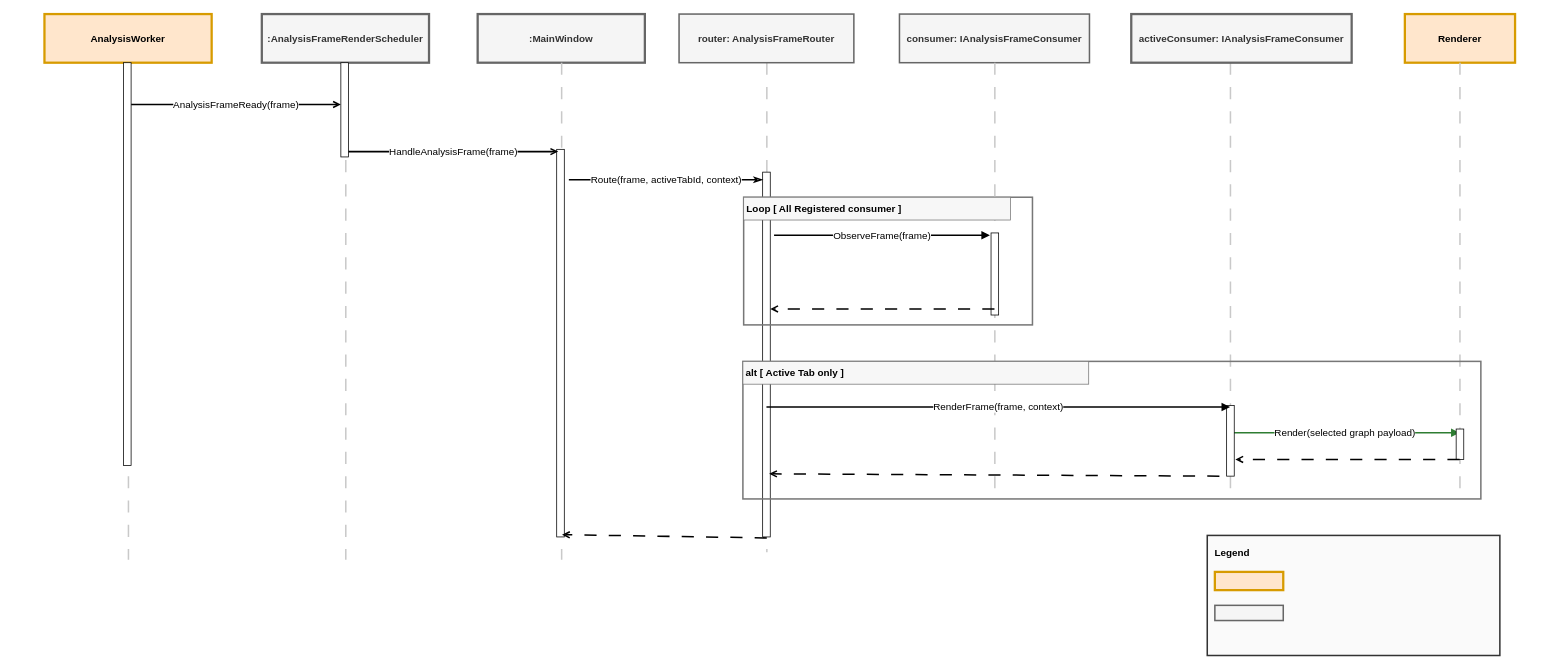
The draw.io diagram FinalDemo/assets/2. AnalysysFrame-SequenceDiagram/2. AnalysisFrame sequence diagram.drawio in lgcmu2026-team5/TimeGrapher-Docs, before the edit. Source tidied: cells renumbered, new cells numbered last; positions are measured from the earlier drawing's top-left corner, leaving out a move shared by most shapes. Both pictures are drawn from the tidied source at 76%, with x=0, y=0 at pixel (44, 14).
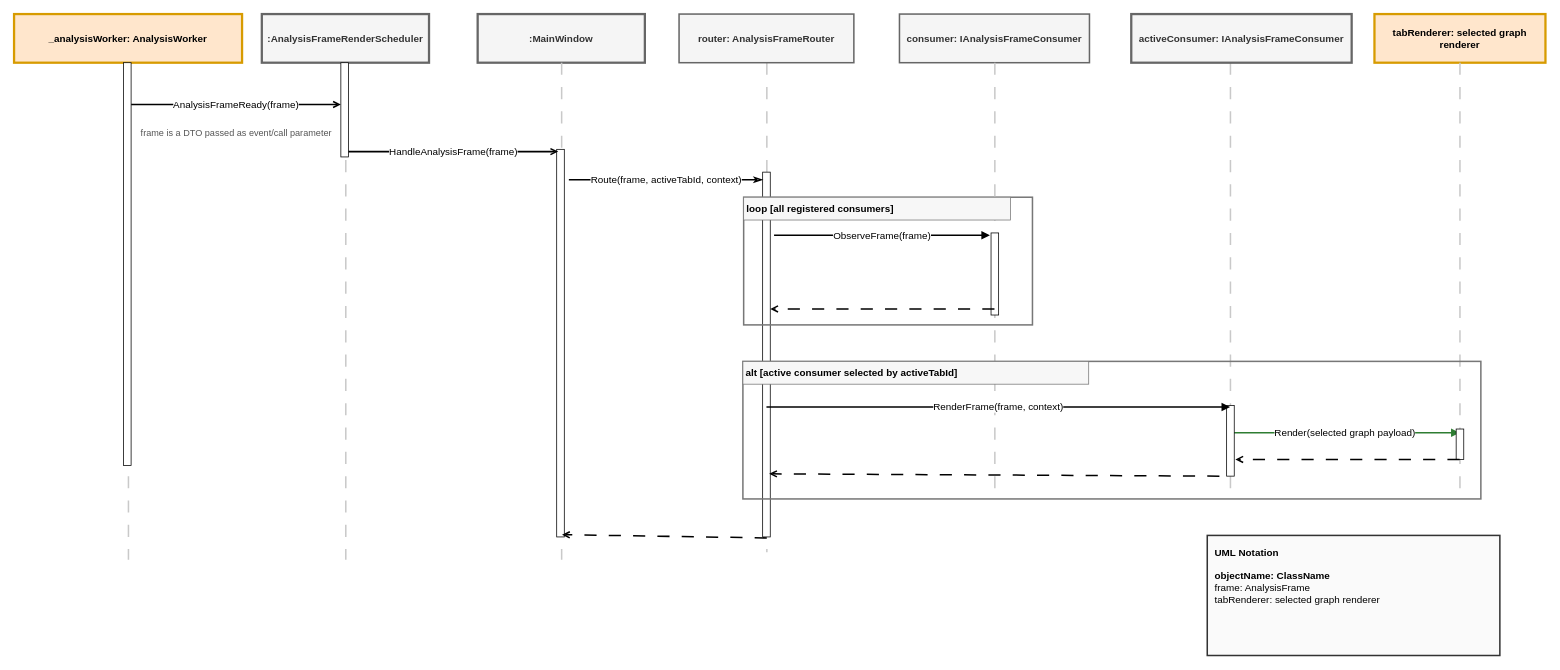
The same page after the edit.

Commit message (it also covers changes not shown here):
Update AnalysisFrame sequence diagram notation

Diff of the diagram source:
```diff
@@
-    <mxCell id="8" value="&lt;b&gt;Legend&lt;/b&gt;&lt;div&gt;&lt;br/&gt;&lt;/div&gt;" style="fontFamily=Malgun Gothic;fontSize=13;whiteSpace=wrap;html=1;rounded=0;align=left;verticalAlign=top;spacing=10;strokeWidth=2;strokeColor=#333333;fillColor=#FAFAFA;" parent="1" vertex="1">
+    <mxCell id="8" value="&lt;b&gt;UML Notation&lt;/b&gt;&lt;div&gt;&lt;br&gt;&lt;/div&gt;&lt;div&gt;&lt;b&gt;objectName: ClassName&lt;/b&gt;&lt;/div&gt;&lt;div&gt;frame: AnalysisFrame&lt;/div&gt;&lt;div&gt;tabRenderer: selected graph renderer&lt;/div&gt;" style="fontFamily=Malgun Gothic;fontSize=13;whiteSpace=wrap;html=1;rounded=0;align=left;verticalAlign=top;spacing=10;strokeWidth=2;strokeColor=#333333;fillColor=#FAFAFA;" parent="1" vertex="1">
       <mxGeometry x="1530" y="686" width="385" height="158" as="geometry" />
     </mxCell>
-    <mxCell id="9" value="&lt;b&gt;AnalysisWorker&lt;/b&gt;" style="fontFamily=Malgun Gothic;fontSize=13;whiteSpace=wrap;html=1;rounded=0;align=center;verticalAlign=middle;spacing=6;strokeWidth=3;strokeColor=#d79b00;fillColor=#ffe6cc;" parent="1" vertex="1">
-      <mxGeometry width="220" height="64" as="geometry" />
+    <mxCell id="9" value="&lt;b&gt;_analysisWorker: AnalysisWorker&lt;/b&gt;" style="fontFamily=Malgun Gothic;fontSize=13;whiteSpace=wrap;html=1;rounded=0;align=center;verticalAlign=middle;spacing=6;strokeWidth=3;strokeColor=#d79b00;fillColor=#ffe6cc;" parent="1" vertex="1">
+      <mxGeometry x="-40" width="300" height="64" as="geometry" />
     </mxCell>
@@
-    <mxCell id="13" value="&lt;b&gt;Renderer&lt;/b&gt;" style="fontFamily=Malgun Gothic;fontSize=13;whiteSpace=wrap;html=1;rounded=0;align=center;verticalAlign=middle;spacing=6;strokeWidth=3;strokeColor=#d79b00;fillColor=#ffe6cc;" parent="1" vertex="1">
-      <mxGeometry x="1790" width="145" height="64" as="geometry" />
+    <mxCell id="13" value="&lt;b&gt;tabRenderer: selected graph renderer&lt;/b&gt;" style="fontFamily=Malgun Gothic;fontSize=13;whiteSpace=wrap;html=1;rounded=0;align=center;verticalAlign=middle;spacing=6;strokeWidth=3;strokeColor=#d79b00;fillColor=#ffe6cc;" parent="1" vertex="1">
+      <mxGeometry x="1750" width="225" height="64" as="geometry" />
     </mxCell>
@@
-    <mxCell id="18" value="Loop [ All Registered consumer ]" style="fontFamily=Malgun Gothic;fontSize=13;fontStyle=1;whiteSpace=wrap;html=1;rounded=0;align=left;verticalAlign=middle;spacing=4;strokeWidth=1;strokeColor=#777777;fillColor=#F7F7F7;" parent="1" vertex="1">
+    <mxCell id="18" value="loop [all registered consumers]" style="fontFamily=Malgun Gothic;fontSize=13;fontStyle=1;whiteSpace=wrap;html=1;rounded=0;align=left;verticalAlign=middle;spacing=4;strokeWidth=1;strokeColor=#777777;fillColor=#F7F7F7;" parent="1" vertex="1">
       <mxGeometry x="920" y="241" width="351" height="30" as="geometry" />
     </mxCell>
@@
-    <mxCell id="21" value="alt [ Active Tab only ]" style="fontFamily=Malgun Gothic;fontSize=13;fontStyle=1;whiteSpace=wrap;html=1;rounded=0;align=left;verticalAlign=middle;spacing=4;strokeWidth=1;strokeColor=#777777;fillColor=#F7F7F7;" parent="1" vertex="1">
+    <mxCell id="21" value="alt [active consumer selected by activeTabId]" style="fontFamily=Malgun Gothic;fontSize=13;fontStyle=1;whiteSpace=wrap;html=1;rounded=0;align=left;verticalAlign=middle;spacing=4;strokeWidth=1;strokeColor=#777777;fillColor=#F7F7F7;" parent="1" vertex="1">
       <mxGeometry x="919" y="457" width="455" height="30" as="geometry" />
     </mxCell>
@@
-    <mxCell id="38" style="fontFamily=Malgun Gothic;fontSize=13;whiteSpace=wrap;html=1;rounded=0;align=center;verticalAlign=middle;spacing=6;strokeWidth=3;strokeColor=#d79b00;fillColor=#ffe6cc;" parent="1" vertex="1">
-      <mxGeometry x="1540" y="734" width="90" height="24" as="geometry" />
-    </mxCell>
-    <mxCell id="39" style="fontFamily=Malgun Gothic;fontSize=13;whiteSpace=wrap;html=1;rounded=0;align=center;verticalAlign=middle;spacing=6;strokeWidth=2;strokeColor=#666666;fillColor=#f5f5f5;fontColor=#333333;" parent="1" vertex="1">
-      <mxGeometry x="1540" y="778" width="90" height="20" as="geometry" />
-    </mxCell>
+    <mxCell id="40" value="frame is a DTO passed as event/call parameter" style="text;html=1;strokeColor=none;fillColor=none;align=left;verticalAlign=middle;whiteSpace=wrap;rounded=0;fontFamily=Malgun Gothic;fontSize=12;fontColor=#555555;" parent="1" vertex="1">
+      <mxGeometry x="125" y="145" width="390" height="24" as="geometry" />
+    </mxCell>
```
